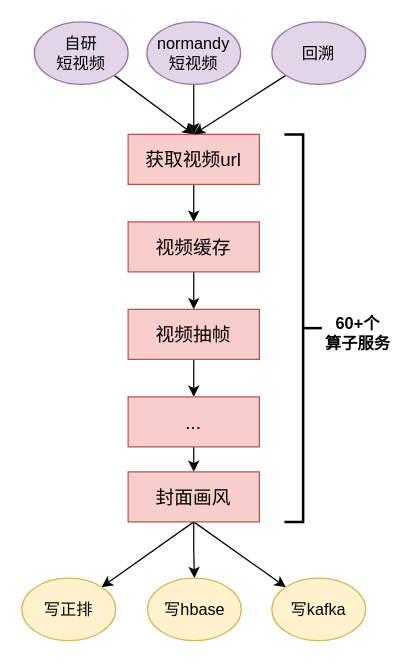
Earlier version of the draw.io diagram page "第 1 页" (1 of 3) of 视频理解架构.drawio (yantao006/draw_io). Source tidied: cells renumbered, new cells numbered last; positions are measured from the earlier drawing's top-left corner, leaving out a move shared by most shapes. Both pictures are drawn from the tidied source at 125%, with x=0, y=0 at pixel (21, 21).
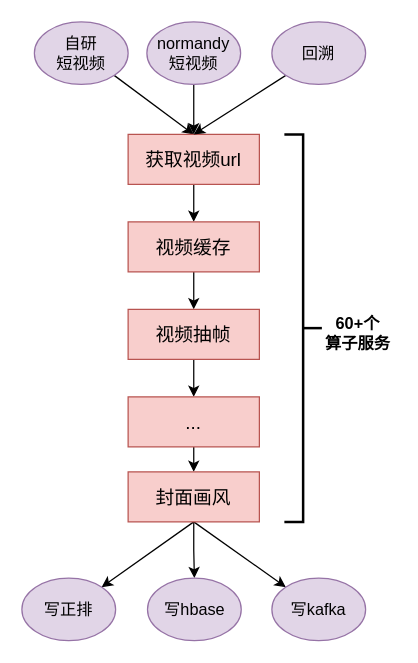
The same page after the edit.

Change to the diagram source:
```diff
@@
-    <mxCell id="20" value="&lt;span style=&quot;font-size: 13px;&quot;&gt;写&lt;/span&gt;&lt;span style=&quot;font-size: 13px; background-color: initial;&quot;&gt;正排&lt;/span&gt;" style="ellipse;whiteSpace=wrap;html=1;fillColor=#fff2cc;strokeColor=#d6b656;" parent="1" vertex="1">
+    <mxCell id="20" value="&lt;span style=&quot;font-size: 13px;&quot;&gt;写&lt;/span&gt;&lt;span style=&quot;font-size: 13px; background-color: initial;&quot;&gt;正排&lt;/span&gt;" style="ellipse;whiteSpace=wrap;html=1;fillColor=#e1d5e7;strokeColor=#9673a6;" parent="1" vertex="1">
       <mxGeometry y="445" width="75" height="50" as="geometry" />
     </mxCell>
-    <mxCell id="21" value="&lt;span style=&quot;font-size: 13px;&quot;&gt;写hbase&lt;/span&gt;" style="ellipse;whiteSpace=wrap;html=1;fillColor=#fff2cc;strokeColor=#d6b656;" parent="1" vertex="1">
+    <mxCell id="21" value="&lt;span style=&quot;font-size: 13px;&quot;&gt;写hbase&lt;/span&gt;" style="ellipse;whiteSpace=wrap;html=1;fillColor=#e1d5e7;strokeColor=#9673a6;" parent="1" vertex="1">
       <mxGeometry x="100.5" y="445" width="75" height="50" as="geometry" />
     </mxCell>
-    <mxCell id="22" value="&lt;span style=&quot;font-size: 13px;&quot;&gt;写kafka&lt;/span&gt;" style="ellipse;whiteSpace=wrap;html=1;fillColor=#fff2cc;strokeColor=#d6b656;" parent="1" vertex="1">
+    <mxCell id="22" value="&lt;span style=&quot;font-size: 13px;&quot;&gt;写kafka&lt;/span&gt;" style="ellipse;whiteSpace=wrap;html=1;fillColor=#e1d5e7;strokeColor=#9673a6;" parent="1" vertex="1">
       <mxGeometry x="200" y="445" width="75" height="50" as="geometry" />
     </mxCell>
```
